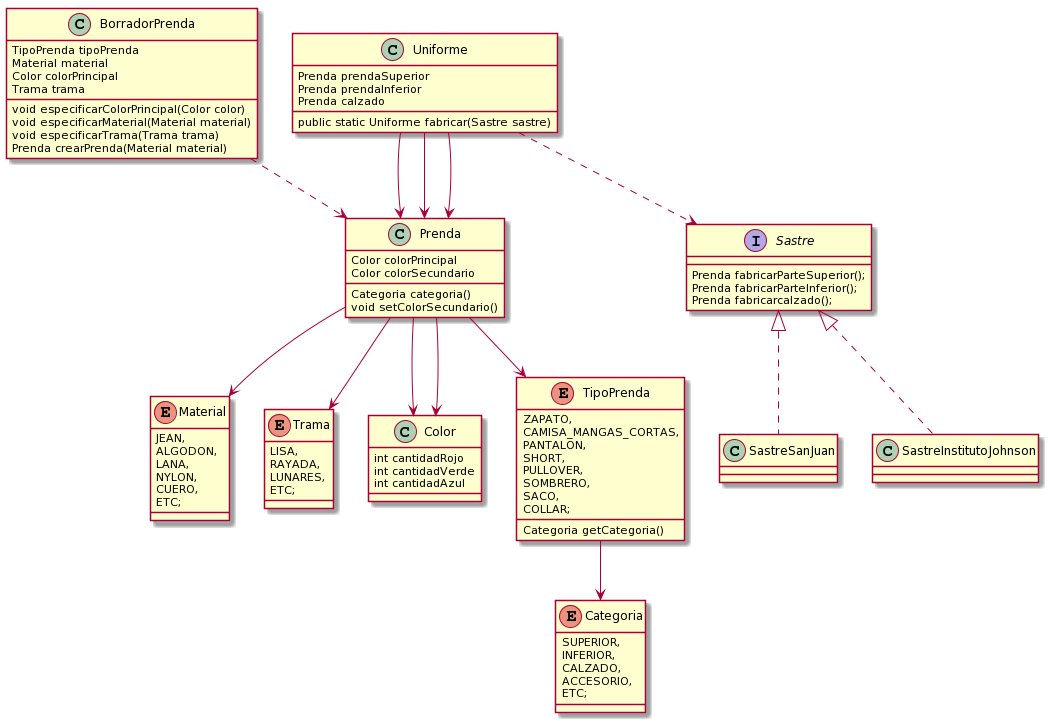
This is QueMePongo/QMP_Clases.png from eguiggiaro/UTN-DdS-2020, a PlantUML export, as it was before one commit. Its diagram source:
```plantuml
@startuml
enum Material {
	JEAN,
	ALGODON,
	LANA,
	NYLON,
	CUERO,
        ETC;
}
class Prenda {
        Color colorPrincipal
        Color colorSecundario
	Categoria categoria()
	void setColorSecundario()

}
class BorradorPrenda{
        TipoPrenda tipoPrenda
        Material material
        Color colorPrincipal
        Trama trama
        void especificarColorPrincipal(Color color)
        void especificarMaterial(Material material)
        void especificarTrama(Trama trama)
        Prenda crearPrenda(Material material)

}
enum Categoria {
	SUPERIOR,
	INFERIOR,
	CALZADO,
	ACCESORIO,
        ETC;
}
enum Trama {
	LISA,
	RAYADA,
	LUNARES,
        ETC;
}
class Color {
	int cantidadRojo
	int cantidadVerde
	int cantidadAzul
}
enum TipoPrenda {
	ZAPATO,
	CAMISA_MANGAS_CORTAS,
	PANTALON,
	SHORT,
	PULLOVER,
	SOMBRERO,
	SACO,
	COLLAR;
	Categoria getCategoria()
}
class Uniforme{
	Prenda prendaSuperior
	Prenda prendaInferior
	Prenda calzado
	public static Uniforme fabricar(Sastre sastre)
}
interface Sastre{
	Prenda fabricarParteSuperior();
	Prenda fabricarParteInferior();
	Prenda fabricarcalzado();
}
class SastreSanJuan{
}

class SastreInstitutoJohnson{
}


Prenda --> Material
Prenda --> Color
Prenda --> Color
Prenda --> TipoPrenda
Prenda --> Trama
BorradorPrenda ..> Prenda
Uniforme --> Prenda
Uniforme --> Prenda
Uniforme --> Prenda
TipoPrenda --> Categoria
Uniforme ..> Sastre
Sastre ^.. SastreInstitutoJohnson
Sastre ^.. SastreSanJuan
@enduml
```
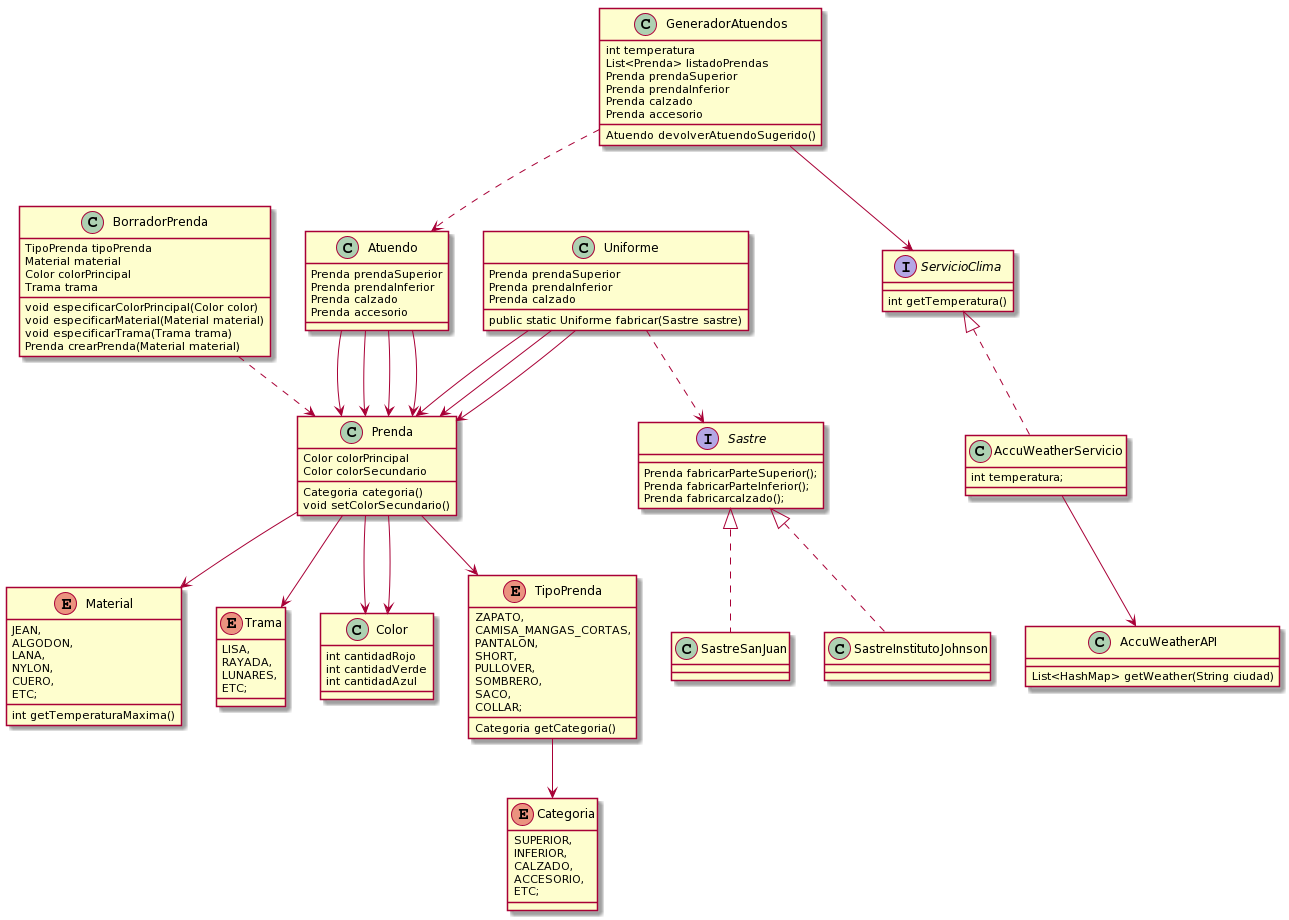
Later version of the same file.

Diff of the diagram source:
```diff
@@ -6,6 +6,7 @@
 	NYLON,
 	CUERO,
         ETC;
+int getTemperaturaMaxima()
 }
 class Prenda {
         Color colorPrincipal
@@ -71,7 +72,43 @@
 class SastreInstitutoJohnson{
 }
 
+interface ServicioClima{
+	int getTemperatura()
+}
 
+class AccuWeatherAPI{
+        List<HashMap> getWeather(String ciudad)
+}
+
+class AccuWeatherServicio{
+	int temperatura;
+}
+
+class Atuendo{
+	Prenda prendaSuperior
+	Prenda prendaInferior
+	Prenda calzado
+	Prenda accesorio
+}
+
+class GeneradorAtuendos{
+	int temperatura
+	List<Prenda> listadoPrendas
+	Prenda prendaSuperior
+	Prenda prendaInferior
+	Prenda calzado
+	Prenda accesorio
+Atuendo devolverAtuendoSugerido()
+}
+
+GeneradorAtuendos ..> Atuendo
+GeneradorAtuendos --> ServicioClima
+Atuendo --> Prenda
+Atuendo --> Prenda
+Atuendo --> Prenda
+Atuendo --> Prenda
+AccuWeatherServicio --> AccuWeatherAPI
+ServicioClima ^.. AccuWeatherServicio
 Prenda --> Material
 Prenda --> Color
 Prenda --> Color
```
